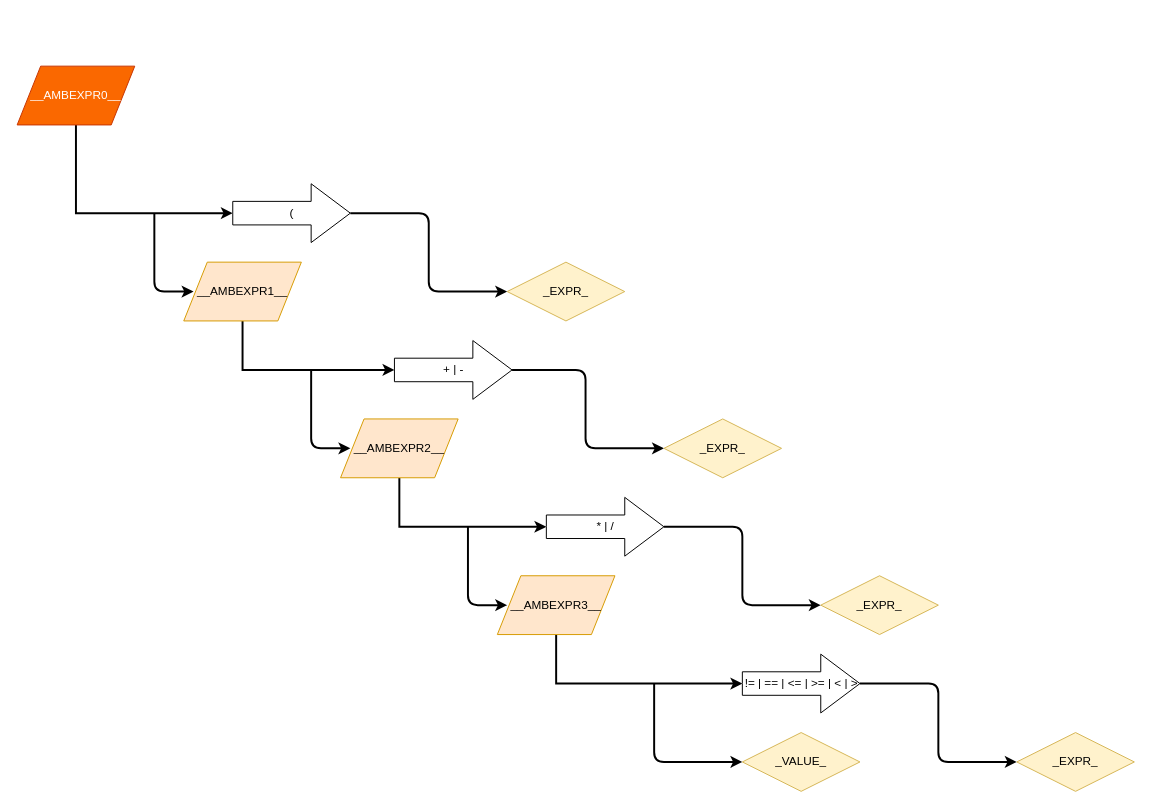
This is page "__AMBEXPR0__" (5 of 9) of CFG.drawio from ZacharyYGateley/Compiler, a draw.io file, before an edit. Source tidied: cells renumbered, new cells numbered last; positions are measured from the earlier drawing's top-left corner, leaving out a move shared by most shapes. Both pictures are drawn from the tidied source at 98%, with x=0, y=0 at pixel (17, 66).
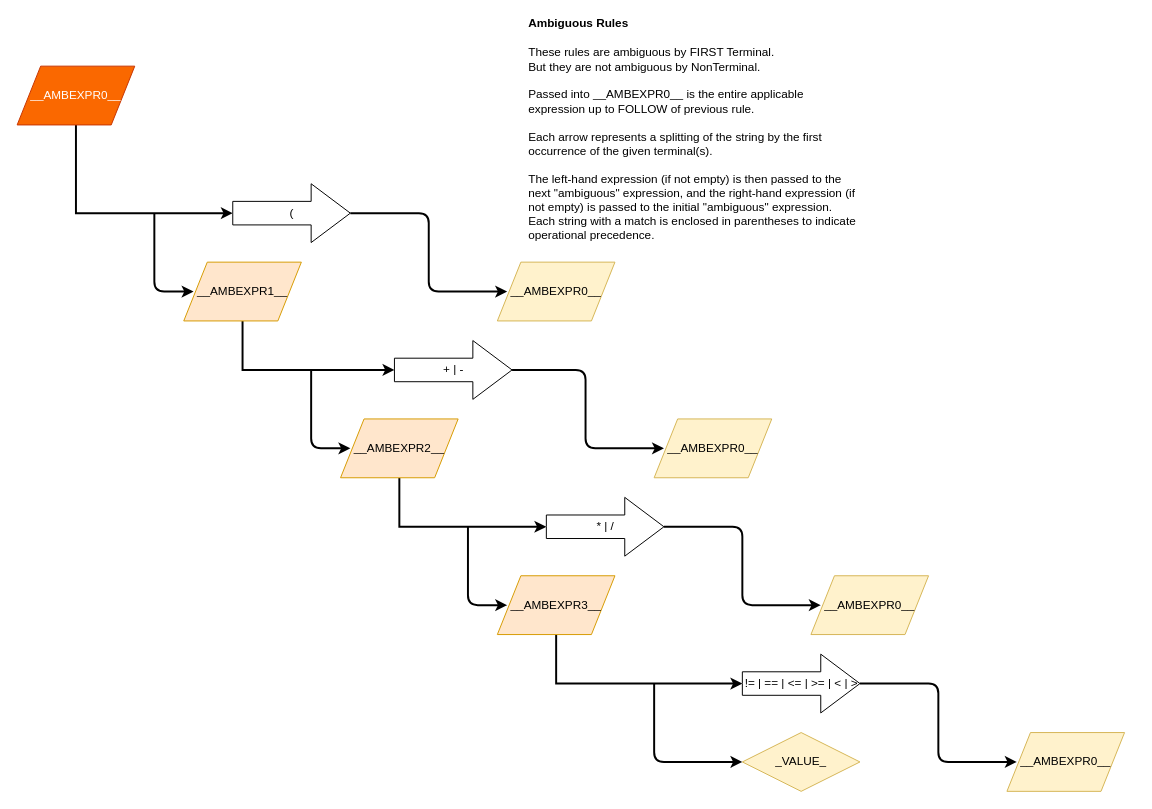
The same diagram, later.

Commit message (it also covers changes not shown here):
Operator precedence fixed

Unchanged cells that the change refers to:
```xml
<mxCell id="4" value="(" style="html=1;shadow=0;dashed=0;align=center;verticalAlign=middle;shape=mxgraph.arrows2.arrow;dy=0.6;dx=40;notch=0;" parent="1" vertex="1">
  <mxGeometry x="220" y="120" width="120" height="60" as="geometry" />
</mxCell>
<mxCell id="10" value="+ | -" style="html=1;shadow=0;dashed=0;align=center;verticalAlign=middle;shape=mxgraph.arrows2.arrow;dy=0.6;dx=40;notch=0;" parent="1" vertex="1">
  <mxGeometry x="385" y="280" width="120" height="60" as="geometry" />
</mxCell>
<mxCell id="15" value="* | /" style="html=1;shadow=0;dashed=0;align=center;verticalAlign=middle;shape=mxgraph.arrows2.arrow;dy=0.6;dx=40;notch=0;" parent="1" vertex="1">
  <mxGeometry x="540" y="440" width="120" height="60" as="geometry" />
</mxCell>
```

Change to the diagram source:
```diff
@@
-    <mxCell id="5" style="endArrow=classic;html=1;strokeWidth=2;entryX=0;entryY=0.5;entryDx=0;entryDy=0;exitX=1;exitY=0.5;exitDx=0;exitDy=0;exitPerimeter=0;" parent="1" edge="1" source="4" target="6">
+    <mxCell id="5" style="endArrow=classic;html=1;strokeWidth=2;entryX=0;entryY=0.5;entryDx=0;entryDy=0;exitX=1;exitY=0.5;exitDx=0;exitDy=0;exitPerimeter=0;" parent="1" edge="1" source="4">
       <mxGeometry relative="1" as="geometry">
+        <mxPoint x="500" y="230" as="targetPoint" />
         <Array as="points">
           <mxPoint x="420" y="150" />
           <mxPoint x="420" y="230" />
         </Array>
       </mxGeometry>
     </mxCell>
-    <mxCell id="6" value="_EXPR_" style="rhombus;whiteSpace=wrap;html=1;fillColor=#fff2cc;strokeColor=#d6b656;" parent="1" vertex="1">
-      <mxGeometry x="500" y="200" width="120" height="60" as="geometry" />
-    </mxCell>
@@
-    <mxCell id="11" style="endArrow=classic;html=1;strokeWidth=2;entryX=0;entryY=0.5;entryDx=0;entryDy=0;exitX=1;exitY=0.5;exitDx=0;exitDy=0;exitPerimeter=0;" parent="1" edge="1" source="10" target="12">
+    <mxCell id="11" style="endArrow=classic;html=1;strokeWidth=2;entryX=0;entryY=0.5;entryDx=0;entryDy=0;exitX=1;exitY=0.5;exitDx=0;exitDy=0;exitPerimeter=0;" parent="1" edge="1" source="10">
       <mxGeometry relative="1" as="geometry">
+        <mxPoint x="660" y="390" as="targetPoint" />
         <Array as="points">
           <mxPoint x="580" y="310" />
           <mxPoint x="580" y="390" />
         </Array>
       </mxGeometry>
     </mxCell>
-    <mxCell id="12" value="_EXPR_" style="rhombus;whiteSpace=wrap;html=1;fillColor=#fff2cc;strokeColor=#d6b656;" parent="1" vertex="1">
-      <mxGeometry x="660" y="360" width="120" height="60" as="geometry" />
-    </mxCell>
@@
-    <mxCell id="16" style="endArrow=classic;html=1;strokeWidth=2;entryX=0;entryY=0.5;entryDx=0;entryDy=0;exitX=1;exitY=0.5;exitDx=0;exitDy=0;exitPerimeter=0;" parent="1" edge="1" source="15" target="17">
+    <mxCell id="16" style="endArrow=classic;html=1;strokeWidth=2;entryX=0;entryY=0.5;entryDx=0;entryDy=0;exitX=1;exitY=0.5;exitDx=0;exitDy=0;exitPerimeter=0;" parent="1" edge="1" source="15">
       <mxGeometry relative="1" as="geometry">
+        <mxPoint x="820" y="550" as="targetPoint" />
         <Array as="points">
           <mxPoint x="740" y="470" />
           <mxPoint x="740" y="550" />
         </Array>
       </mxGeometry>
     </mxCell>
-    <mxCell id="17" value="_EXPR_" style="rhombus;whiteSpace=wrap;html=1;fillColor=#fff2cc;strokeColor=#d6b656;" parent="1" vertex="1">
-      <mxGeometry x="820" y="520" width="120" height="60" as="geometry" />
-    </mxCell>
@@
-    <mxCell id="21" style="endArrow=classic;html=1;strokeWidth=2;entryX=0;entryY=0.5;entryDx=0;entryDy=0;exitX=1;exitY=0.5;exitDx=0;exitDy=0;exitPerimeter=0;" parent="1" edge="1" target="22">
+    <mxCell id="21" style="endArrow=classic;html=1;strokeWidth=2;entryX=0;entryY=0.5;entryDx=0;entryDy=0;exitX=1;exitY=0.5;exitDx=0;exitDy=0;exitPerimeter=0;" parent="1" edge="1">
       <mxGeometry relative="1" as="geometry">
         <mxPoint x="860" y="630" as="sourcePoint" />
+        <mxPoint x="1020" y="710" as="targetPoint" />
         <Array as="points">
           <mxPoint x="940" y="630" />
           <mxPoint x="940" y="710" />
         </Array>
       </mxGeometry>
     </mxCell>
-    <mxCell id="22" value="_EXPR_" style="rhombus;whiteSpace=wrap;html=1;fillColor=#fff2cc;strokeColor=#d6b656;" parent="1" vertex="1">
-      <mxGeometry x="1020" y="680" width="120" height="60" as="geometry" />
-    </mxCell>
@@
+    <mxCell id="27" value="__AMBEXPR0__" style="shape=parallelogram;perimeter=parallelogramPerimeter;whiteSpace=wrap;html=1;fillColor=#fff2cc;strokeColor=#d6b656;" parent="1" vertex="1">
+      <mxGeometry x="490" y="200" width="120" height="60" as="geometry" />
+    </mxCell>
+    <mxCell id="28" value="__AMBEXPR0__" style="shape=parallelogram;perimeter=parallelogramPerimeter;whiteSpace=wrap;html=1;fillColor=#fff2cc;strokeColor=#d6b656;" parent="1" vertex="1">
+      <mxGeometry x="650" y="360" width="120" height="60" as="geometry" />
+    </mxCell>
+    <mxCell id="29" value="__AMBEXPR0__" style="shape=parallelogram;perimeter=parallelogramPerimeter;whiteSpace=wrap;html=1;fillColor=#fff2cc;strokeColor=#d6b656;" parent="1" vertex="1">
+      <mxGeometry x="810" y="520" width="120" height="60" as="geometry" />
+    </mxCell>
+    <mxCell id="30" value="__AMBEXPR0__" style="shape=parallelogram;perimeter=parallelogramPerimeter;whiteSpace=wrap;html=1;fillColor=#fff2cc;strokeColor=#d6b656;" parent="1" vertex="1">
+      <mxGeometry x="1010" y="680" width="120" height="60" as="geometry" />
+    </mxCell>
+    <mxCell id="31" value="&lt;b&gt;Ambiguous Rules&lt;/b&gt;&lt;br&gt;&lt;br&gt;These rules are ambiguous by FIRST Terminal.&lt;br&gt;But they are not ambiguous by NonTerminal.&lt;br&gt;&lt;br&gt;Passed into __AMBEXPR0__ is the entire applicable expression up to FOLLOW of previous rule.&lt;br&gt;&lt;br&gt;Each arrow represents a splitting of the string by the first occurrence of the given terminal(s).&amp;nbsp;&lt;br&gt;&lt;br&gt;The left-hand expression (if not empty) is then passed to the next &quot;ambiguous&quot; expression, and the right-hand expression (if not empty) is passed to the initial &quot;ambiguous&quot; expression. Each string with a match is enclosed in parentheses to indicate operational precedence." style="text;html=1;strokeColor=none;fillColor=none;align=left;verticalAlign=middle;whiteSpace=wrap;rounded=0;" parent="1" vertex="1">
+      <mxGeometry x="520" y="-50" width="340" height="230" as="geometry" />
+    </mxCell>
```
